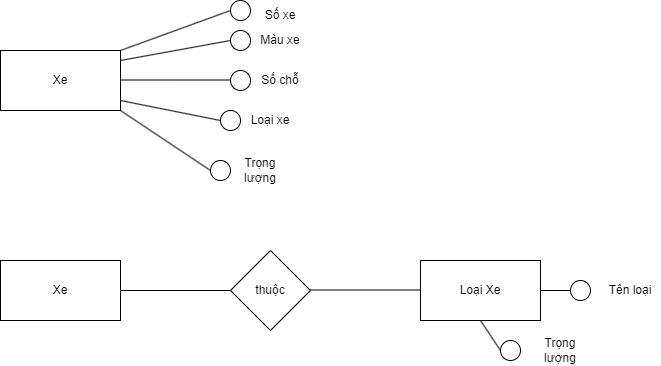
This is Chương 3 QT4(Mô hình hóa).png from datnham0212/learning, a draw.io export, as it was before one commit. Source tidied: cells renumbered, new cells last; positions are measured from the earlier drawing's top-left corner, leaving out a move shared by most shapes.
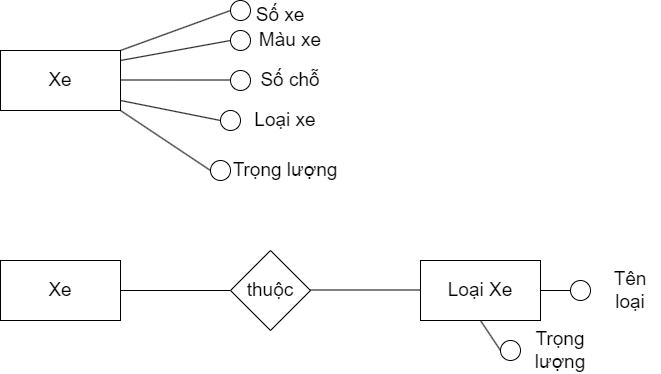
Later version of the same file.

The edit, as a diff of the source:
```diff
@@ -2,110 +2,110 @@
   <root>
     <mxCell id="0" />
     <mxCell id="1" parent="0" />
-    <mxCell id="2" value="Xe" style="rounded=0;whiteSpace=wrap;html=1;" parent="1" vertex="1">
+    <mxCell id="2" value="Xe" style="rounded=0;whiteSpace=wrap;html=1;fontSize=19;" parent="1" vertex="1">
       <mxGeometry y="50" width="120" height="60" as="geometry" />
     </mxCell>
-    <mxCell id="3" value="Xe" style="rounded=0;whiteSpace=wrap;html=1;" parent="1" vertex="1">
+    <mxCell id="3" value="Xe" style="rounded=0;whiteSpace=wrap;html=1;fontSize=19;" parent="1" vertex="1">
       <mxGeometry y="260" width="120" height="60" as="geometry" />
     </mxCell>
-    <mxCell id="4" value="thuộc" style="rhombus;whiteSpace=wrap;html=1;" parent="1" vertex="1">
+    <mxCell id="4" value="thuộc" style="rhombus;whiteSpace=wrap;html=1;fontSize=19;" parent="1" vertex="1">
       <mxGeometry x="230" y="250" width="80" height="80" as="geometry" />
     </mxCell>
-    <mxCell id="5" value="Loại Xe" style="rounded=0;whiteSpace=wrap;html=1;" parent="1" vertex="1">
+    <mxCell id="5" value="Loại Xe" style="rounded=0;whiteSpace=wrap;html=1;fontSize=19;" parent="1" vertex="1">
       <mxGeometry x="420" y="260" width="120" height="60" as="geometry" />
     </mxCell>
-    <mxCell id="6" style="endArrow=none;html=1;rounded=0;entryX=0;entryY=0.5;entryDx=0;entryDy=0;" parent="1" edge="1" target="4">
+    <mxCell id="6" style="endArrow=none;html=1;rounded=0;entryX=0;entryY=0.5;entryDx=0;entryDy=0;fontSize=19;" parent="1" edge="1" target="4">
       <mxGeometry relative="1" as="geometry">
         <mxPoint x="120" y="290" as="sourcePoint" />
       </mxGeometry>
     </mxCell>
-    <mxCell id="7" style="endArrow=none;html=1;rounded=0;entryX=0;entryY=0.5;entryDx=0;entryDy=0;" parent="1" edge="1">
+    <mxCell id="7" style="endArrow=none;html=1;rounded=0;entryX=0;entryY=0.5;entryDx=0;entryDy=0;fontSize=19;" parent="1" edge="1">
       <mxGeometry relative="1" as="geometry">
         <mxPoint x="310" y="289.5" as="sourcePoint" />
         <mxPoint x="420" y="289.5" as="targetPoint" />
       </mxGeometry>
     </mxCell>
-    <mxCell id="8" style="endArrow=none;html=1;rounded=0;" parent="1" edge="1">
+    <mxCell id="8" style="endArrow=none;html=1;rounded=0;fontSize=19;" parent="1" edge="1">
       <mxGeometry relative="1" as="geometry">
         <mxPoint x="120" y="50" as="sourcePoint" />
         <mxPoint x="230" y="10" as="targetPoint" />
       </mxGeometry>
     </mxCell>
-    <mxCell id="9" style="endArrow=none;html=1;rounded=0;" parent="1" edge="1">
+    <mxCell id="9" style="endArrow=none;html=1;rounded=0;fontSize=19;" parent="1" edge="1">
       <mxGeometry relative="1" as="geometry">
         <mxPoint x="120" y="60" as="sourcePoint" />
         <mxPoint x="230" y="40" as="targetPoint" />
       </mxGeometry>
     </mxCell>
-    <mxCell id="10" style="endArrow=none;html=1;rounded=0;entryX=0;entryY=0.5;entryDx=0;entryDy=0;" parent="1" edge="1">
+    <mxCell id="10" style="endArrow=none;html=1;rounded=0;entryX=0;entryY=0.5;entryDx=0;entryDy=0;fontSize=19;" parent="1" edge="1">
       <mxGeometry relative="1" as="geometry">
         <mxPoint x="120" y="79.5" as="sourcePoint" />
         <mxPoint x="230" y="79.5" as="targetPoint" />
       </mxGeometry>
     </mxCell>
-    <mxCell id="11" style="endArrow=none;html=1;rounded=0;" parent="1" edge="1">
+    <mxCell id="11" style="endArrow=none;html=1;rounded=0;fontSize=19;" parent="1" edge="1">
       <mxGeometry relative="1" as="geometry">
         <mxPoint x="120" y="110" as="sourcePoint" />
         <mxPoint x="210" y="170" as="targetPoint" />
       </mxGeometry>
     </mxCell>
-    <mxCell id="12" style="endArrow=none;html=1;rounded=0;" parent="1" edge="1">
+    <mxCell id="12" style="endArrow=none;html=1;rounded=0;fontSize=19;" parent="1" edge="1">
       <mxGeometry relative="1" as="geometry">
         <mxPoint x="120" y="100" as="sourcePoint" />
         <mxPoint x="220" y="120" as="targetPoint" />
       </mxGeometry>
     </mxCell>
-    <mxCell id="13" style="ellipse;whiteSpace=wrap;html=1;" parent="1" vertex="1">
+    <mxCell id="13" style="ellipse;whiteSpace=wrap;html=1;fontSize=19;" parent="1" vertex="1">
       <mxGeometry x="230" width="20" height="20" as="geometry" />
     </mxCell>
-    <mxCell id="14" style="ellipse;whiteSpace=wrap;html=1;" parent="1" vertex="1">
+    <mxCell id="14" style="ellipse;whiteSpace=wrap;html=1;fontSize=19;" parent="1" vertex="1">
       <mxGeometry x="230" y="30" width="20" height="20" as="geometry" />
     </mxCell>
-    <mxCell id="15" style="ellipse;whiteSpace=wrap;html=1;" parent="1" vertex="1">
+    <mxCell id="15" style="ellipse;whiteSpace=wrap;html=1;fontSize=19;" parent="1" vertex="1">
       <mxGeometry x="230" y="70" width="20" height="20" as="geometry" />
     </mxCell>
-    <mxCell id="16" style="ellipse;whiteSpace=wrap;html=1;" parent="1" vertex="1">
+    <mxCell id="16" style="ellipse;whiteSpace=wrap;html=1;fontSize=19;" parent="1" vertex="1">
       <mxGeometry x="220" y="110" width="20" height="20" as="geometry" />
     </mxCell>
-    <mxCell id="17" style="ellipse;whiteSpace=wrap;html=1;" parent="1" vertex="1">
+    <mxCell id="17" style="ellipse;whiteSpace=wrap;html=1;fontSize=19;" parent="1" vertex="1">
       <mxGeometry x="210" y="160" width="20" height="20" as="geometry" />
     </mxCell>
-    <mxCell id="18" value="Tên loại" style="text;html=1;strokeColor=none;fillColor=none;align=center;verticalAlign=middle;whiteSpace=wrap;rounded=0;" parent="1" vertex="1">
+    <mxCell id="18" value="Tên loại" style="text;html=1;strokeColor=none;fillColor=none;align=center;verticalAlign=middle;whiteSpace=wrap;rounded=0;fontSize=19;" parent="1" vertex="1">
       <mxGeometry x="600" y="275" width="60" height="30" as="geometry" />
     </mxCell>
-    <mxCell id="19" value="Trọng lượng" style="text;html=1;strokeColor=none;fillColor=none;align=center;verticalAlign=middle;whiteSpace=wrap;rounded=0;" parent="1" vertex="1">
+    <mxCell id="19" value="Trọng lượng" style="text;html=1;strokeColor=none;fillColor=none;align=center;verticalAlign=middle;whiteSpace=wrap;rounded=0;fontSize=19;" parent="1" vertex="1">
       <mxGeometry x="530" y="335" width="60" height="30" as="geometry" />
     </mxCell>
-    <mxCell id="20" value="Số xe" style="text;html=1;strokeColor=none;fillColor=none;align=center;verticalAlign=middle;whiteSpace=wrap;rounded=0;" parent="1" vertex="1">
+    <mxCell id="20" value="Số xe" style="text;html=1;strokeColor=none;fillColor=none;align=center;verticalAlign=middle;whiteSpace=wrap;rounded=0;fontSize=19;" parent="1" vertex="1">
       <mxGeometry x="250" width="60" height="30" as="geometry" />
     </mxCell>
-    <mxCell id="21" value="Màu xe" style="text;html=1;strokeColor=none;fillColor=none;align=center;verticalAlign=middle;whiteSpace=wrap;rounded=0;" parent="1" vertex="1">
-      <mxGeometry x="250" y="25" width="60" height="30" as="geometry" />
+    <mxCell id="21" value="Màu xe" style="text;html=1;strokeColor=none;fillColor=none;align=center;verticalAlign=middle;whiteSpace=wrap;rounded=0;fontSize=19;" parent="1" vertex="1">
+      <mxGeometry x="240" y="25" width="100" height="30" as="geometry" />
     </mxCell>
-    <mxCell id="22" value="Số chỗ" style="text;html=1;strokeColor=none;fillColor=none;align=center;verticalAlign=middle;whiteSpace=wrap;rounded=0;" parent="1" vertex="1">
-      <mxGeometry x="250" y="65" width="60" height="30" as="geometry" />
+    <mxCell id="22" value="Số chỗ" style="text;html=1;strokeColor=none;fillColor=none;align=center;verticalAlign=middle;whiteSpace=wrap;rounded=0;fontSize=19;" parent="1" vertex="1">
+      <mxGeometry x="240" y="65" width="100" height="30" as="geometry" />
     </mxCell>
-    <mxCell id="23" value="Loại xe" style="text;html=1;strokeColor=none;fillColor=none;align=center;verticalAlign=middle;whiteSpace=wrap;rounded=0;" parent="1" vertex="1">
-      <mxGeometry x="240" y="105" width="60" height="30" as="geometry" />
+    <mxCell id="23" value="Loại xe" style="text;html=1;strokeColor=none;fillColor=none;align=center;verticalAlign=middle;whiteSpace=wrap;rounded=0;fontSize=19;" parent="1" vertex="1">
+      <mxGeometry x="240" y="105" width="90" height="30" as="geometry" />
     </mxCell>
-    <mxCell id="24" value="Trọng lượng" style="text;html=1;strokeColor=none;fillColor=none;align=center;verticalAlign=middle;whiteSpace=wrap;rounded=0;" parent="1" vertex="1">
-      <mxGeometry x="230" y="155" width="60" height="30" as="geometry" />
+    <mxCell id="24" value="Trọng lượng" style="text;html=1;strokeColor=none;fillColor=none;align=center;verticalAlign=middle;whiteSpace=wrap;rounded=0;fontSize=19;" parent="1" vertex="1">
+      <mxGeometry x="230" y="155" width="110" height="30" as="geometry" />
     </mxCell>
-    <mxCell id="25" style="endArrow=none;html=1;rounded=0;" parent="1" edge="1">
+    <mxCell id="25" style="endArrow=none;html=1;rounded=0;fontSize=19;" parent="1" edge="1">
       <mxGeometry relative="1" as="geometry">
         <mxPoint x="540" y="290" as="sourcePoint" />
         <mxPoint x="570" y="290" as="targetPoint" />
       </mxGeometry>
     </mxCell>
-    <mxCell id="26" style="ellipse;whiteSpace=wrap;html=1;" parent="1" vertex="1">
+    <mxCell id="26" style="ellipse;whiteSpace=wrap;html=1;fontSize=19;" parent="1" vertex="1">
       <mxGeometry x="570" y="280" width="20" height="20" as="geometry" />
     </mxCell>
-    <mxCell id="27" style="endArrow=none;html=1;rounded=0;exitX=0.5;exitY=1;exitDx=0;exitDy=0;" parent="1" edge="1" source="5">
+    <mxCell id="27" style="endArrow=none;html=1;rounded=0;exitX=0.5;exitY=1;exitDx=0;exitDy=0;fontSize=19;" parent="1" edge="1" source="5">
       <mxGeometry relative="1" as="geometry">
         <mxPoint x="500" y="350" as="targetPoint" />
       </mxGeometry>
     </mxCell>
-    <mxCell id="28" style="ellipse;whiteSpace=wrap;html=1;" parent="1" vertex="1">
+    <mxCell id="28" style="ellipse;whiteSpace=wrap;html=1;fontSize=19;" parent="1" vertex="1">
       <mxGeometry x="500" y="340" width="20" height="20" as="geometry" />
     </mxCell>
   </root>
```
